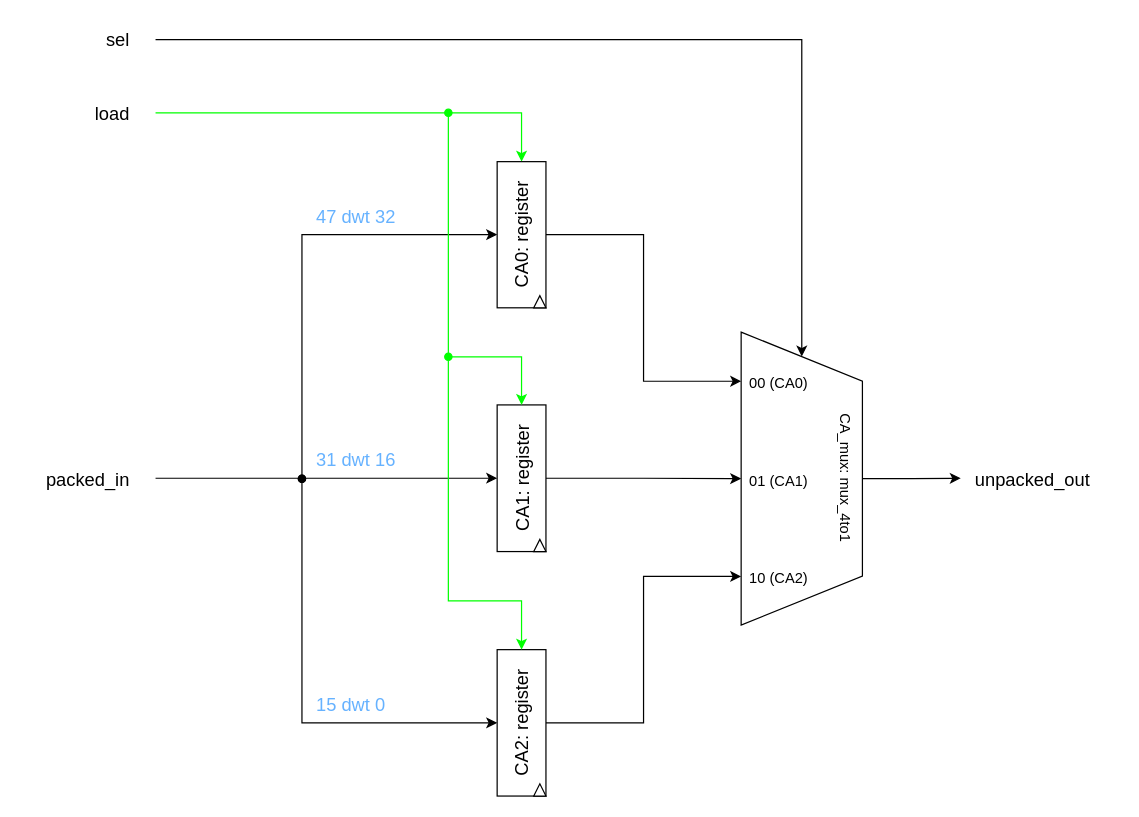
Before: page "unpacker_48" (7 of 11) of hyperram_system/ip/avs_to_hram_converter/schematics/avs_to_hram_converter.drawio in AndreaBononi/Intel_Cyclone10LP_systems, a draw.io diagram. Source tidied: cells renumbered, new cells numbered last; positions are measured from the earlier drawing's top-left corner, leaving out a move shared by most shapes. Both pictures are drawn from the tidied source at 122%, with x=0, y=0 at pixel (21, 21).
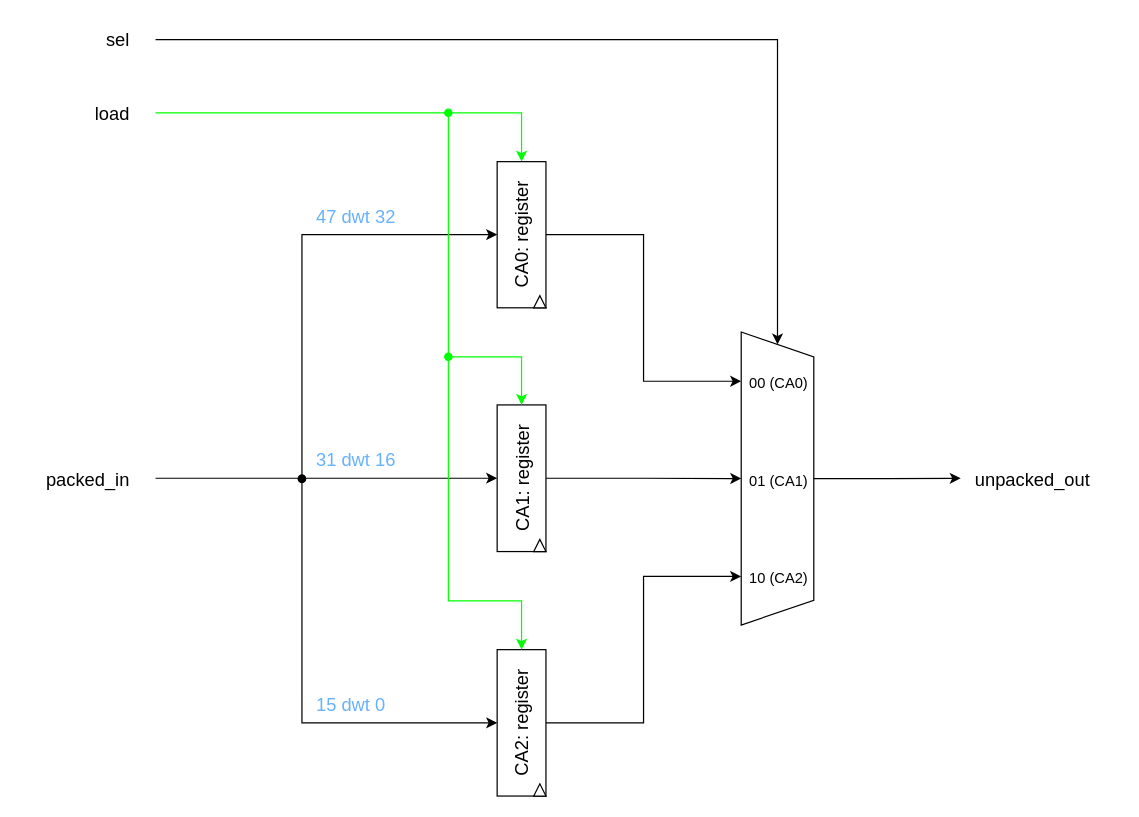
After the change.

The edit, as a diff of the source:
```diff
@@
     <mxCell id="23" style="edgeStyle=orthogonalEdgeStyle;rounded=0;jettySize=auto;html=1;entryX=0;entryY=0.5;entryDx=0;entryDy=0;" parent="1" edge="1" target="25">
       <mxGeometry relative="1" as="geometry">
         <mxPoint x="110" y="15" as="sourcePoint" />
         <Array as="points">
-          <mxPoint x="640" y="15" />
+          <mxPoint x="620" y="15" />
         </Array>
       </mxGeometry>
     </mxCell>
@@
-    <mxCell id="25" value="CA_mux: mux_4to1" style="shape=trapezoid;perimeter=trapezoidPerimeter;whiteSpace=wrap;html=1;fixedSize=1;rotation=90;align=center;verticalAlign=top;size=40.16000000000008;" parent="1" vertex="1">
-      <mxGeometry x="519.6" y="325.1" width="240.2" height="99.4" as="geometry" />
+    <mxCell id="25" style="shape=trapezoid;perimeter=trapezoidPerimeter;whiteSpace=wrap;html=1;fixedSize=1;rotation=90;align=center;verticalAlign=top;size=20.34999999999991;" parent="1" vertex="1">
+      <mxGeometry x="499.7" y="345" width="240.2" height="59.5" as="geometry" />
     </mxCell>
```
